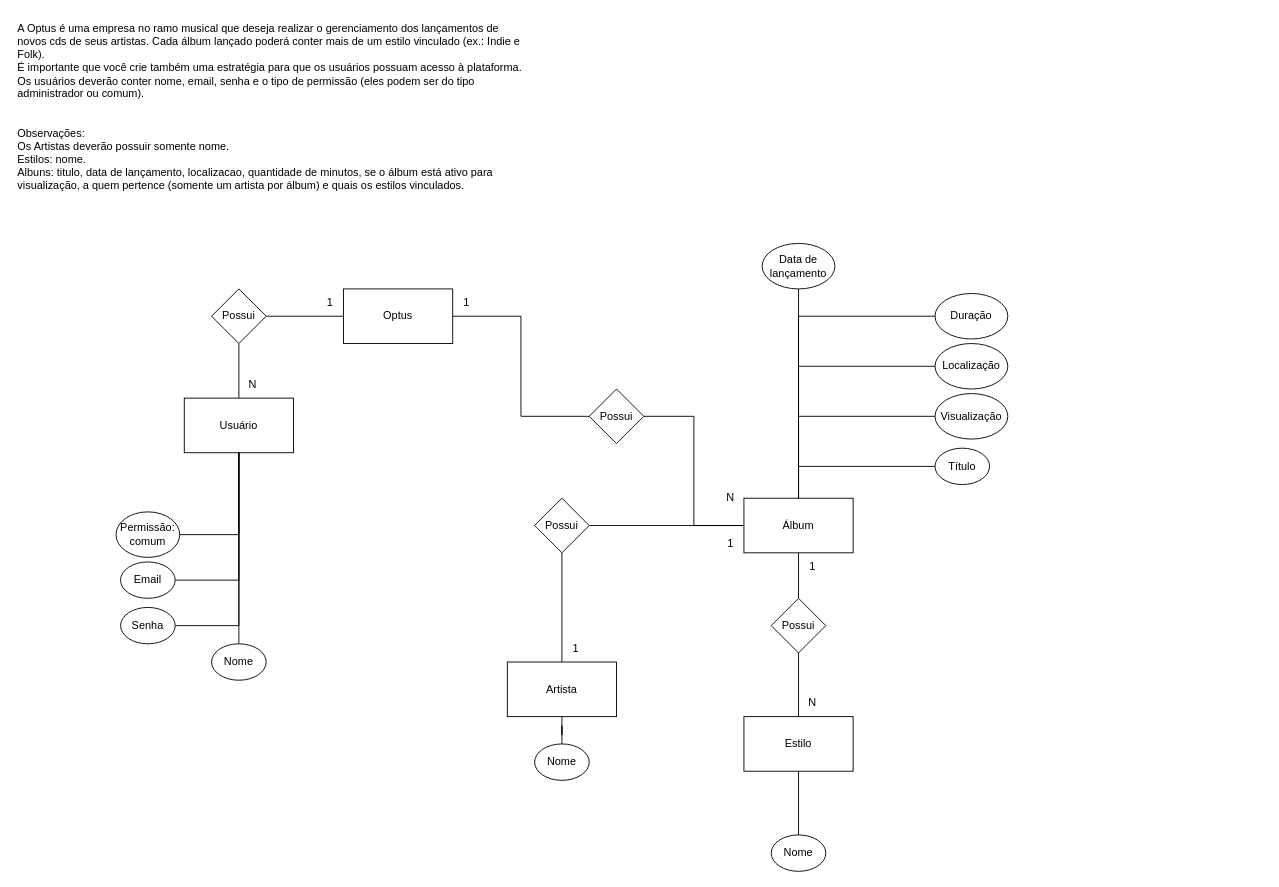
Before: 2ºSemestre/Banco de dados (1)/modelo, entidade e relacionamento/aula 3 24.07 exercicios/1.4/1.4.drawio in Filipe-Gois/Senai, a draw.io diagram. Source tidied: cells renumbered, new cells numbered last; positions are measured from the earlier drawing's top-left corner, leaving out a move shared by most shapes. Both pictures are drawn from the tidied source at 91%, with x=0, y=0 at pixel (15, 15).
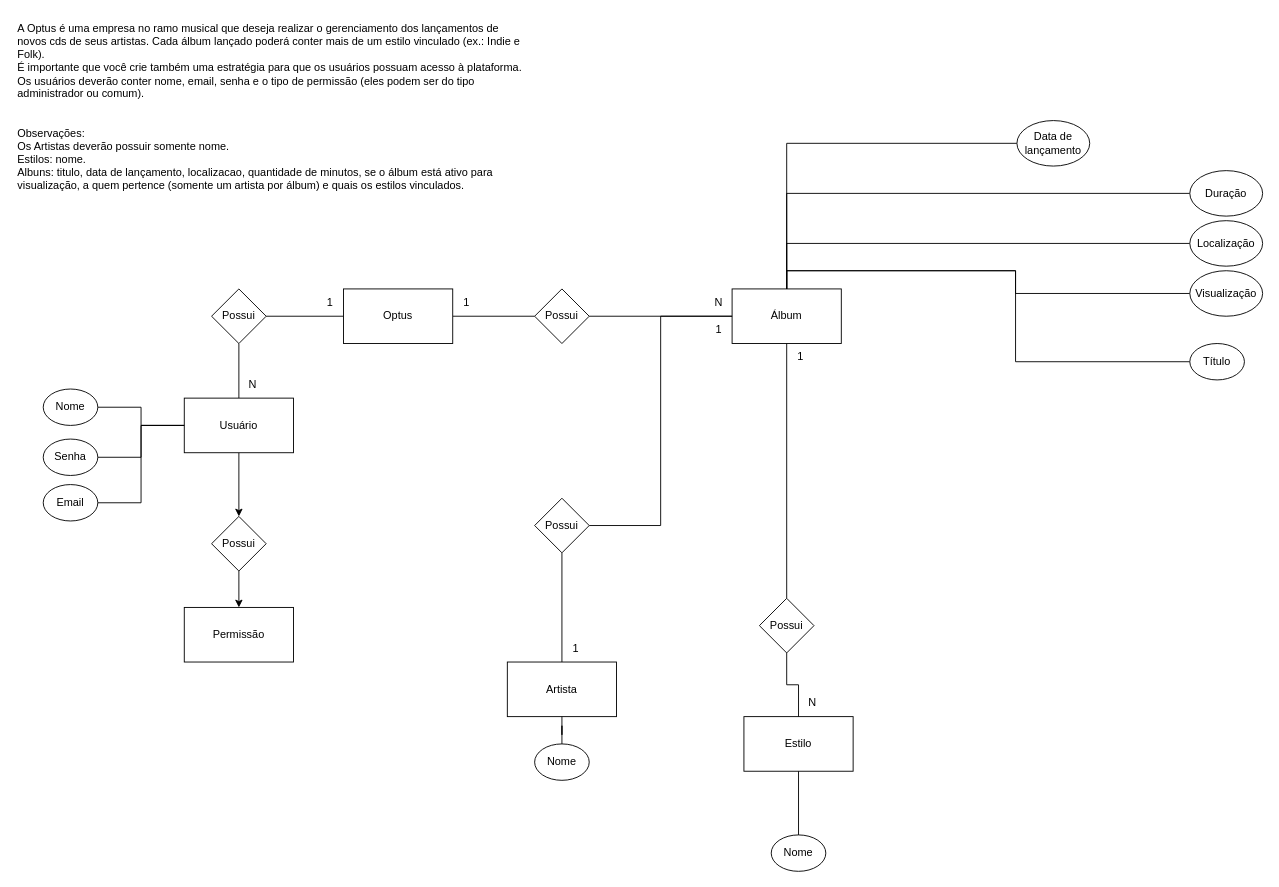
The same diagram, later.

The change refers to these unchanged cells:
```xml
<mxCell id="10" value="Usuário" style="rounded=0;whiteSpace=wrap;html=1;" parent="1" vertex="1">
  <mxGeometry x="185" y="420" width="120" height="60" as="geometry" />
</mxCell>
```

Diff of the diagram source:
```diff
@@
     <mxCell id="6" value="Álbum" style="rounded=0;whiteSpace=wrap;html=1;" parent="1" vertex="1">
-      <mxGeometry x="800" y="530" width="120" height="60" as="geometry" />
+      <mxGeometry x="787" y="300" width="120" height="60" as="geometry" />
     </mxCell>
@@
     <mxCell id="8" value="Possui" style="rhombus;whiteSpace=wrap;html=1;" parent="1" vertex="1">
-      <mxGeometry x="630" y="410" width="60" height="60" as="geometry" />
+      <mxGeometry x="570" y="300" width="60" height="60" as="geometry" />
     </mxCell>
@@
+    <mxCell id="50" style="edgeStyle=orthogonalEdgeStyle;rounded=0;jettySize=auto;html=1;entryX=0.5;entryY=0;entryDx=0;entryDy=0;" parent="1" edge="1" source="10" target="54">
+      <mxGeometry relative="1" as="geometry" />
+    </mxCell>
+    <mxCell id="51" style="edgeStyle=orthogonalEdgeStyle;rounded=0;jettySize=auto;html=1;entryX=1;entryY=0.5;entryDx=0;entryDy=0;endArrow=none;endFill=0;" parent="1" edge="1" source="10" target="16">
+      <mxGeometry relative="1" as="geometry" />
+    </mxCell>
+    <mxCell id="52" style="edgeStyle=orthogonalEdgeStyle;rounded=0;jettySize=auto;html=1;entryX=1;entryY=0.5;entryDx=0;entryDy=0;endArrow=none;endFill=0;" parent="1" edge="1" source="10" target="14">
+      <mxGeometry relative="1" as="geometry" />
+    </mxCell>
@@
     <mxCell id="12" value="Nome" style="ellipse;whiteSpace=wrap;html=1;" parent="1" vertex="1">
-      <mxGeometry x="215" y="690" width="60" height="40" as="geometry" />
+      <mxGeometry x="30" y="410" width="60" height="40" as="geometry" />
     </mxCell>
-    <mxCell id="13" style="edgeStyle=orthogonalEdgeStyle;rounded=0;jettySize=auto;html=1;entryX=0.5;entryY=1;entryDx=0;entryDy=0;endArrow=none;endFill=0;" parent="1" edge="1" source="14" target="10">
-      <mxGeometry relative="1" as="geometry" />
-    </mxCell>
     <mxCell id="14" value="Email" style="ellipse;whiteSpace=wrap;html=1;" parent="1" vertex="1">
-      <mxGeometry x="115" y="600" width="60" height="40" as="geometry" />
+      <mxGeometry x="30" y="515" width="60" height="40" as="geometry" />
     </mxCell>
-    <mxCell id="15" style="edgeStyle=orthogonalEdgeStyle;rounded=0;jettySize=auto;html=1;entryX=0.5;entryY=1;entryDx=0;entryDy=0;endArrow=none;endFill=0;" parent="1" edge="1" source="16" target="10">
-      <mxGeometry relative="1" as="geometry" />
-    </mxCell>
     <mxCell id="16" value="Senha" style="ellipse;whiteSpace=wrap;html=1;" parent="1" vertex="1">
-      <mxGeometry x="115" y="650" width="60" height="40" as="geometry" />
+      <mxGeometry x="30" y="465" width="60" height="40" as="geometry" />
     </mxCell>
-    <mxCell id="17" style="edgeStyle=orthogonalEdgeStyle;rounded=0;jettySize=auto;html=1;entryX=0.5;entryY=1;entryDx=0;entryDy=0;endArrow=none;endFill=0;" parent="1" edge="1" source="18" target="10">
-      <mxGeometry relative="1" as="geometry" />
-    </mxCell>
-    <mxCell id="18" value="Permissão: comum" style="ellipse;whiteSpace=wrap;html=1;" parent="1" vertex="1">
-      <mxGeometry x="110" y="545" width="70" height="50" as="geometry" />
-    </mxCell>
@@
     <mxCell id="27" value="Título" style="ellipse;whiteSpace=wrap;html=1;" parent="1" vertex="1">
-      <mxGeometry x="1010" y="475" width="60" height="40" as="geometry" />
+      <mxGeometry x="1290" y="360" width="60" height="40" as="geometry" />
     </mxCell>
@@
     <mxCell id="29" value="Data de lançamento" style="ellipse;whiteSpace=wrap;html=1;" parent="1" vertex="1">
-      <mxGeometry x="820" y="250" width="80" height="50" as="geometry" />
+      <mxGeometry x="1100" y="115" width="80" height="50" as="geometry" />
     </mxCell>
@@
     <mxCell id="31" value="Localização" style="ellipse;whiteSpace=wrap;html=1;" parent="1" vertex="1">
-      <mxGeometry x="1010" y="360" width="80" height="50" as="geometry" />
+      <mxGeometry x="1290" y="225" width="80" height="50" as="geometry" />
     </mxCell>
@@
     <mxCell id="33" value="Duração" style="ellipse;whiteSpace=wrap;html=1;" parent="1" vertex="1">
-      <mxGeometry x="1010" y="305" width="80" height="50" as="geometry" />
+      <mxGeometry x="1290" y="170" width="80" height="50" as="geometry" />
     </mxCell>
@@
     <mxCell id="35" value="Visualização" style="ellipse;whiteSpace=wrap;html=1;" parent="1" vertex="1">
-      <mxGeometry x="1010" y="415" width="80" height="50" as="geometry" />
+      <mxGeometry x="1290" y="280" width="80" height="50" as="geometry" />
     </mxCell>
@@
     <mxCell id="39" value="1" style="text;html=1;align=center;verticalAlign=middle;strokeColor=none;fillColor=none;" parent="1" vertex="1">
-      <mxGeometry x="860" y="590" width="30" height="30" as="geometry" />
+      <mxGeometry x="847" y="360" width="30" height="30" as="geometry" />
     </mxCell>
@@
     <mxCell id="42" value="Possui" style="rhombus;whiteSpace=wrap;html=1;" parent="1" vertex="1">
-      <mxGeometry x="830" y="640" width="60" height="60" as="geometry" />
+      <mxGeometry x="817" y="640" width="60" height="60" as="geometry" />
     </mxCell>
@@
     <mxCell id="47" value="N" style="text;html=1;align=center;verticalAlign=middle;strokeColor=none;fillColor=none;" parent="1" vertex="1">
-      <mxGeometry x="770" y="515" width="30" height="30" as="geometry" />
+      <mxGeometry x="757" y="300" width="30" height="30" as="geometry" />
     </mxCell>
@@
     <mxCell id="49" value="1" style="text;html=1;align=center;verticalAlign=middle;strokeColor=none;fillColor=none;" parent="1" vertex="1">
-      <mxGeometry x="770" y="565" width="30" height="30" as="geometry" />
+      <mxGeometry x="757" y="330" width="30" height="30" as="geometry" />
     </mxCell>
+    <mxCell id="53" style="edgeStyle=orthogonalEdgeStyle;rounded=0;jettySize=auto;html=1;entryX=0.5;entryY=0;entryDx=0;entryDy=0;" parent="1" edge="1" source="54" target="55">
+      <mxGeometry relative="1" as="geometry" />
+    </mxCell>
+    <mxCell id="54" value="Possui" style="rhombus;whiteSpace=wrap;html=1;" parent="1" vertex="1">
+      <mxGeometry x="215" y="550" width="60" height="60" as="geometry" />
+    </mxCell>
+    <mxCell id="55" value="Permissão" style="rounded=0;whiteSpace=wrap;html=1;" parent="1" vertex="1">
+      <mxGeometry x="185" y="650" width="120" height="60" as="geometry" />
+    </mxCell>
```
